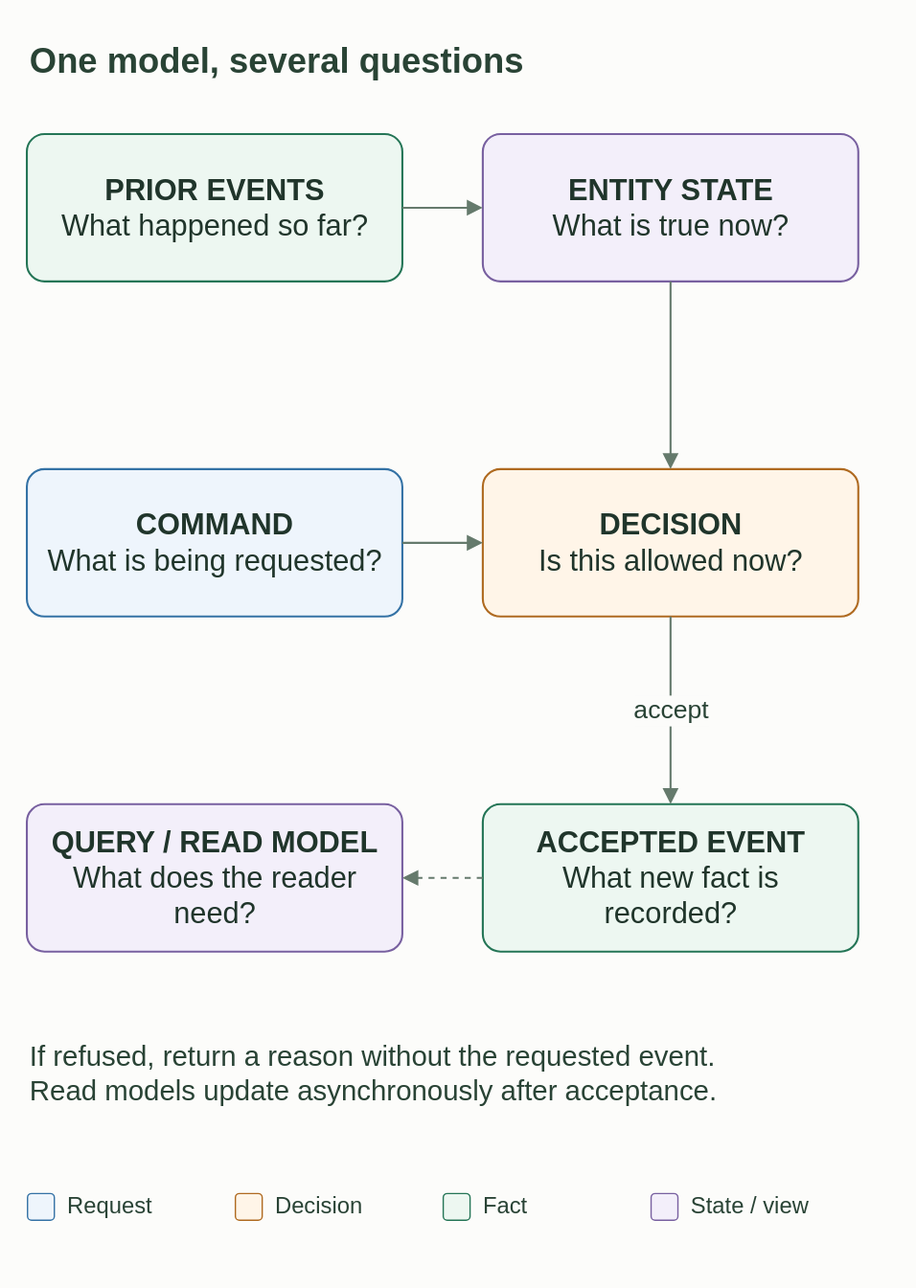
Before: website/public/diagrams/shared-model.svg, a diagram exported from draw.io (neohaskell/NeoHaskell). Source tidied: cells renumbered, new cells last; positions are measured from the earlier drawing's top-left corner, leaving out a move shared by most shapes.
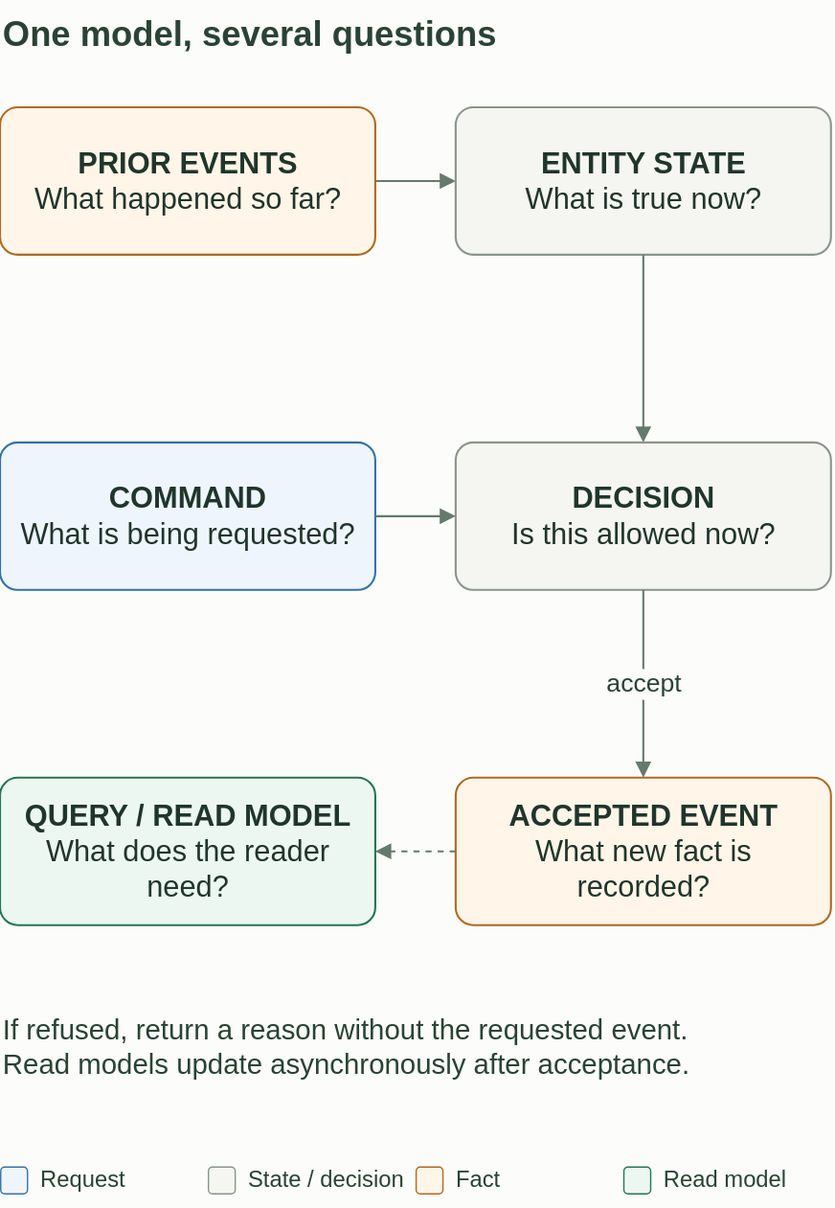
After the commit.

Diff of the diagram source:
```diff
@@ -5,22 +5,22 @@
     <mxCell id="2" value="One model, several questions" style="text;html=1;whiteSpace=wrap;align=left;verticalAlign=middle;fontFamily=Helvetica;fontSize=26;fontColor=#294335;fontStyle=1;" parent="1" vertex="1">
       <mxGeometry width="620" height="50" as="geometry" />
     </mxCell>
-    <mxCell id="3" value="&lt;b&gt;PRIOR EVENTS&lt;/b&gt;&lt;br&gt;What happened so far?" style="rounded=1;arcSize=12;whiteSpace=wrap;html=1;fontFamily=Helvetica;fontSize=22;fontColor=#20352B;fillColor=#EDF7F1;strokeColor=#247556;strokeWidth=1.5;spacing=12;" parent="1" vertex="1">
+    <mxCell id="3" value="&lt;b&gt;PRIOR EVENTS&lt;/b&gt;&lt;br&gt;What happened so far?" style="rounded=1;arcSize=12;whiteSpace=wrap;html=1;fontFamily=Helvetica;fontSize=22;fontColor=#20352B;fillColor=#FFF5E8;strokeColor=#AF6A20;strokeWidth=1.5;spacing=12;" parent="1" vertex="1">
       <mxGeometry y="80" width="280" height="110" as="geometry" />
     </mxCell>
-    <mxCell id="4" value="&lt;b&gt;ENTITY STATE&lt;/b&gt;&lt;br&gt;What is true now?" style="rounded=1;arcSize=12;whiteSpace=wrap;html=1;fontFamily=Helvetica;fontSize=22;fontColor=#20352B;fillColor=#F3EFFA;strokeColor=#7860A0;strokeWidth=1.5;spacing=12;" parent="1" vertex="1">
+    <mxCell id="4" value="&lt;b&gt;ENTITY STATE&lt;/b&gt;&lt;br&gt;What is true now?" style="rounded=1;arcSize=12;whiteSpace=wrap;html=1;fontFamily=Helvetica;fontSize=22;fontColor=#20352B;fillColor=#F5F5F2;strokeColor=#8B948C;strokeWidth=1.5;spacing=12;" parent="1" vertex="1">
       <mxGeometry x="340" y="80" width="280" height="110" as="geometry" />
     </mxCell>
     <mxCell id="5" value="&lt;b&gt;COMMAND&lt;/b&gt;&lt;br&gt;What is being requested?" style="rounded=1;arcSize=12;whiteSpace=wrap;html=1;fontFamily=Helvetica;fontSize=22;fontColor=#20352B;fillColor=#EEF5FC;strokeColor=#3472A5;strokeWidth=1.5;spacing=12;" parent="1" vertex="1">
       <mxGeometry y="330" width="280" height="110" as="geometry" />
     </mxCell>
-    <mxCell id="6" value="&lt;b&gt;DECISION&lt;/b&gt;&lt;br&gt;Is this allowed now?" style="rounded=1;arcSize=12;whiteSpace=wrap;html=1;fontFamily=Helvetica;fontSize=22;fontColor=#20352B;fillColor=#FFF5E8;strokeColor=#AF6A20;strokeWidth=1.5;spacing=12;" parent="1" vertex="1">
+    <mxCell id="6" value="&lt;b&gt;DECISION&lt;/b&gt;&lt;br&gt;Is this allowed now?" style="rounded=1;arcSize=12;whiteSpace=wrap;html=1;fontFamily=Helvetica;fontSize=22;fontColor=#20352B;fillColor=#F5F5F2;strokeColor=#8B948C;strokeWidth=1.5;spacing=12;" parent="1" vertex="1">
       <mxGeometry x="340" y="330" width="280" height="110" as="geometry" />
     </mxCell>
-    <mxCell id="7" value="&lt;b&gt;ACCEPTED EVENT&lt;/b&gt;&lt;br&gt;What new fact is recorded?" style="rounded=1;arcSize=12;whiteSpace=wrap;html=1;fontFamily=Helvetica;fontSize=22;fontColor=#20352B;fillColor=#EDF7F1;strokeColor=#247556;strokeWidth=1.5;spacing=12;" parent="1" vertex="1">
+    <mxCell id="7" value="&lt;b&gt;ACCEPTED EVENT&lt;/b&gt;&lt;br&gt;What new fact is recorded?" style="rounded=1;arcSize=12;whiteSpace=wrap;html=1;fontFamily=Helvetica;fontSize=22;fontColor=#20352B;fillColor=#FFF5E8;strokeColor=#AF6A20;strokeWidth=1.5;spacing=12;" parent="1" vertex="1">
       <mxGeometry x="340" y="580" width="280" height="110" as="geometry" />
     </mxCell>
-    <mxCell id="8" value="&lt;b&gt;QUERY / READ MODEL&lt;/b&gt;&lt;br&gt;What does the reader need?" style="rounded=1;arcSize=12;whiteSpace=wrap;html=1;fontFamily=Helvetica;fontSize=22;fontColor=#20352B;fillColor=#F3EFFA;strokeColor=#7860A0;strokeWidth=1.5;spacing=12;" parent="1" vertex="1">
+    <mxCell id="8" value="&lt;b&gt;QUERY / READ MODEL&lt;/b&gt;&lt;br&gt;What does the reader need?" style="rounded=1;arcSize=12;whiteSpace=wrap;html=1;fontFamily=Helvetica;fontSize=22;fontColor=#20352B;fillColor=#EDF7F1;strokeColor=#247556;strokeWidth=1.5;spacing=12;" parent="1" vertex="1">
       <mxGeometry y="580" width="280" height="110" as="geometry" />
     </mxCell>
     <mxCell id="9" style="edgeStyle=orthogonalEdgeStyle;rounded=1;jettySize=auto;html=1;endArrow=block;endSize=8;strokeWidth=1.5;strokeColor=#657A6C;fontFamily=Helvetica;fontSize=19;fontColor=#294335;labelBackgroundColor=#FCFCFA;exitX=1;exitY=0.5;entryX=0;entryY=0.5;" parent="1" edge="1" source="3" target="4">
@@ -47,22 +47,22 @@
     <mxCell id="16" value="Request" style="text;html=1;whiteSpace=wrap;align=left;verticalAlign=middle;fontFamily=Helvetica;fontSize=17;fontColor=#294335;fontStyle=0;" parent="1" vertex="1">
       <mxGeometry x="28" y="860" width="127" height="40" as="geometry" />
     </mxCell>
-    <mxCell id="17" style="rounded=1;html=1;fillColor=#FFF5E8;strokeColor=#AF6A20;" parent="1" vertex="1">
+    <mxCell id="17" style="rounded=1;html=1;fillColor=#F5F5F2;strokeColor=#8B948C;" parent="1" vertex="1">
       <mxGeometry x="155" y="870" width="20" height="20" as="geometry" />
     </mxCell>
-    <mxCell id="18" value="Decision" style="text;html=1;whiteSpace=wrap;align=left;verticalAlign=middle;fontFamily=Helvetica;fontSize=17;fontColor=#294335;fontStyle=0;" parent="1" vertex="1">
+    <mxCell id="18" value="State / decision" style="text;html=1;whiteSpace=wrap;align=left;verticalAlign=middle;fontFamily=Helvetica;fontSize=17;fontColor=#294335;fontStyle=0;" parent="1" vertex="1">
       <mxGeometry x="183" y="860" width="127" height="40" as="geometry" />
     </mxCell>
-    <mxCell id="19" style="rounded=1;html=1;fillColor=#EDF7F1;strokeColor=#247556;" parent="1" vertex="1">
+    <mxCell id="19" style="rounded=1;html=1;fillColor=#FFF5E8;strokeColor=#AF6A20;" parent="1" vertex="1">
       <mxGeometry x="310" y="870" width="20" height="20" as="geometry" />
     </mxCell>
     <mxCell id="20" value="Fact" style="text;html=1;whiteSpace=wrap;align=left;verticalAlign=middle;fontFamily=Helvetica;fontSize=17;fontColor=#294335;fontStyle=0;" parent="1" vertex="1">
       <mxGeometry x="338" y="860" width="127" height="40" as="geometry" />
     </mxCell>
-    <mxCell id="21" style="rounded=1;html=1;fillColor=#F3EFFA;strokeColor=#7860A0;" parent="1" vertex="1">
+    <mxCell id="21" style="rounded=1;html=1;fillColor=#EDF7F1;strokeColor=#247556;" parent="1" vertex="1">
       <mxGeometry x="465" y="870" width="20" height="20" as="geometry" />
     </mxCell>
-    <mxCell id="22" value="State / view" style="text;html=1;whiteSpace=wrap;align=left;verticalAlign=middle;fontFamily=Helvetica;fontSize=17;fontColor=#294335;fontStyle=0;" parent="1" vertex="1">
+    <mxCell id="22" value="Read model" style="text;html=1;whiteSpace=wrap;align=left;verticalAlign=middle;fontFamily=Helvetica;fontSize=17;fontColor=#294335;fontStyle=0;" parent="1" vertex="1">
       <mxGeometry x="493" y="860" width="127" height="40" as="geometry" />
     </mxCell>
   </root>
```
